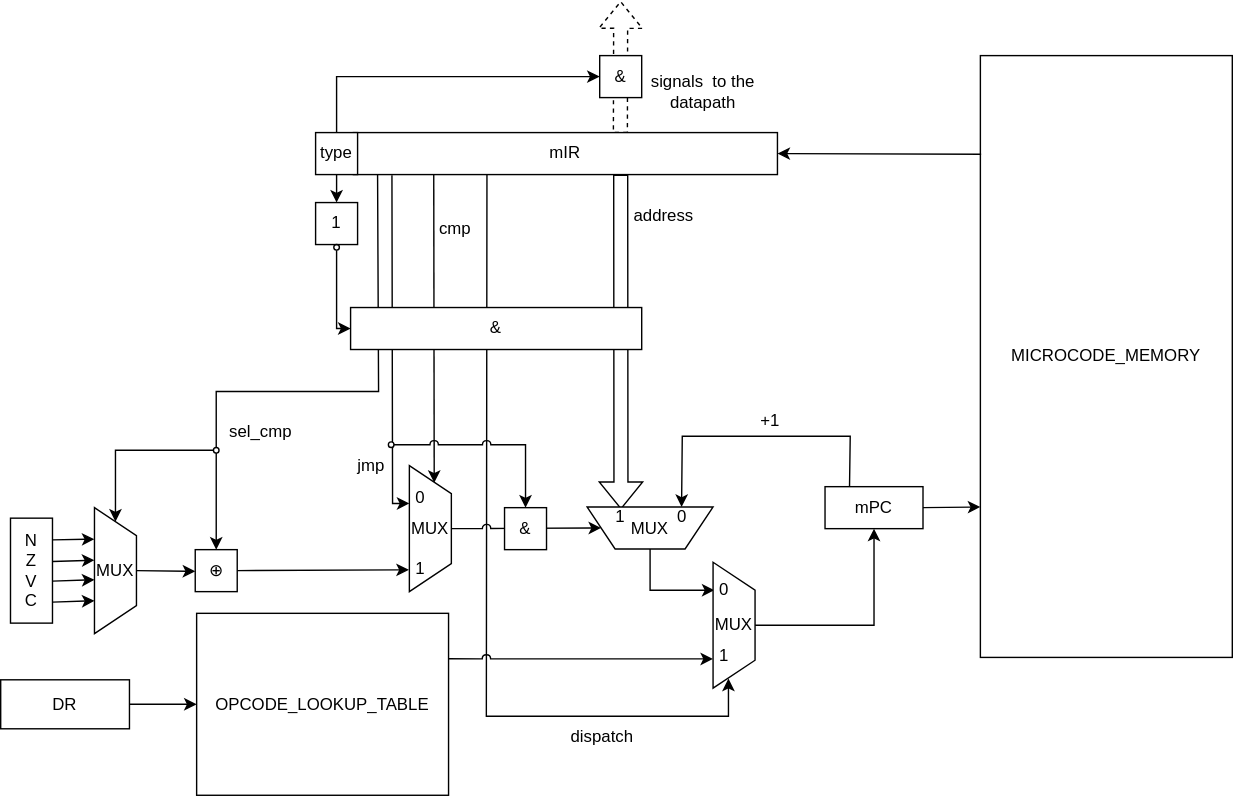
This is assets/control_unit/scheme.svg from AstroSoup/computer-system-architecture-lab-4, a draw.io export, as it was before one commit. Source tidied: cells renumbered, new cells last; positions are measured from the earlier drawing's top-left corner, leaving out a move shared by most shapes. Source of this version:
```xml
<mxGraphModel>
  <root>
    <mxCell id="0" />
    <mxCell id="1" parent="0" />
    <mxCell id="2" style="endArrow=classic;html=1;rounded=0;entryX=0.102;entryY=0.649;entryDx=0;entryDy=0;entryPerimeter=0;exitX=0.137;exitY=1.015;exitDx=0;exitDy=0;exitPerimeter=0;" parent="1" edge="1" target="50">
      <mxGeometry relative="1" as="geometry">
        <mxPoint x="279.6" y="124.4" as="sourcePoint" />
        <Array as="points">
          <mxPoint x="280" y="359" />
        </Array>
      </mxGeometry>
    </mxCell>
    <mxCell id="3" style="endArrow=classic;html=1;rounded=0;exitX=0.315;exitY=0.965;exitDx=0;exitDy=0;exitPerimeter=0;entryX=0.649;entryY=1.038;entryDx=0;entryDy=0;entryPerimeter=0;" parent="1" edge="1" source="8" target="53">
      <mxGeometry relative="1" as="geometry">
        <Array as="points">
          <mxPoint x="347" y="511" />
          <mxPoint x="520" y="511" />
        </Array>
      </mxGeometry>
    </mxCell>
    <mxCell id="4" style="endArrow=classic;html=1;rounded=0;exitX=0.091;exitY=1.013;exitDx=0;exitDy=0;exitPerimeter=0;entryX=0.5;entryY=0;entryDx=0;entryDy=0;" parent="1" edge="1" target="56">
      <mxGeometry relative="1" as="geometry">
        <mxPoint x="269.3" y="124.4" as="sourcePoint" />
        <Array as="points">
          <mxPoint x="270" y="279" />
          <mxPoint x="154" y="279" />
        </Array>
      </mxGeometry>
    </mxCell>
    <mxCell id="5" style="endArrow=classic;html=1;rounded=0;exitX=0.105;exitY=0.998;exitDx=0;exitDy=0;exitPerimeter=0;entryX=0.136;entryY=0.408;entryDx=0;entryDy=0;entryPerimeter=0;" parent="1" edge="1" target="33">
      <mxGeometry relative="1" as="geometry">
        <mxPoint x="309.4" y="123.9" as="sourcePoint" />
      </mxGeometry>
    </mxCell>
    <mxCell id="6" value="mPC" style="whiteSpace=wrap;html=1;" parent="1" vertex="1">
      <mxGeometry x="589" y="347" width="70" height="30" as="geometry" />
    </mxCell>
    <mxCell id="7" value="MICROCODE_MEMORY" style="rounded=0;whiteSpace=wrap;html=1;" parent="1" vertex="1">
      <mxGeometry x="700" y="39" width="180" height="430" as="geometry" />
    </mxCell>
    <mxCell id="8" value="mIR" style="whiteSpace=wrap;html=1;" parent="1" vertex="1">
      <mxGeometry x="252" y="94" width="303" height="30" as="geometry" />
    </mxCell>
    <mxCell id="9" style="endArrow=classic;html=1;rounded=0;exitX=0.003;exitY=0.164;exitDx=0;exitDy=0;entryX=1;entryY=0.5;entryDx=0;entryDy=0;exitPerimeter=0;" parent="1" edge="1" source="7" target="8">
      <mxGeometry relative="1" as="geometry" />
    </mxCell>
    <mxCell id="10" style="endArrow=classic;html=1;rounded=0;exitX=1;exitY=0.5;exitDx=0;exitDy=0;entryX=0;entryY=0.75;entryDx=0;entryDy=0;" parent="1" edge="1" source="6" target="7">
      <mxGeometry relative="1" as="geometry" />
    </mxCell>
    <mxCell id="11" style="shape=flexArrow;endArrow=classic;html=1;rounded=0;exitX=0.842;exitY=0.011;exitDx=0;exitDy=0;dashed=1;exitPerimeter=0;" parent="1" edge="1">
      <mxGeometry relative="1" as="geometry">
        <mxPoint x="442.8" y="94.3" as="sourcePoint" />
        <mxPoint x="443" as="targetPoint" />
      </mxGeometry>
    </mxCell>
    <mxCell id="12" value="signals&amp;nbsp; to the datapath" style="text;html=1;whiteSpace=wrap;strokeColor=none;fillColor=none;align=center;verticalAlign=middle;rounded=0;" parent="1" vertex="1">
      <mxGeometry x="449" y="50" width="106" height="30" as="geometry" />
    </mxCell>
    <mxCell id="13" value="type" style="whiteSpace=wrap;html=1;" parent="1" vertex="1">
      <mxGeometry x="225" y="94" width="30" height="30" as="geometry" />
    </mxCell>
    <mxCell id="14" style="endArrow=classic;html=1;rounded=0;exitX=0.5;exitY=1;exitDx=0;exitDy=0;entryX=0.5;entryY=0;entryDx=0;entryDy=0;" parent="1" edge="1" source="13" target="18">
      <mxGeometry relative="1" as="geometry" />
    </mxCell>
    <mxCell id="15" value="&amp;amp;" style="whiteSpace=wrap;html=1;" parent="1" vertex="1">
      <mxGeometry x="428" y="39" width="30" height="30" as="geometry" />
    </mxCell>
    <mxCell id="16" style="endArrow=classic;html=1;rounded=0;exitX=0.5;exitY=0;exitDx=0;exitDy=0;entryX=0;entryY=0.5;entryDx=0;entryDy=0;" parent="1" edge="1" source="13" target="15">
      <mxGeometry relative="1" as="geometry">
        <Array as="points">
          <mxPoint x="240" y="54" />
        </Array>
      </mxGeometry>
    </mxCell>
    <mxCell id="17" style="group;" parent="1" vertex="1">
      <mxGeometry x="225" y="144" width="30" height="34" as="geometry" />
    </mxCell>
    <mxCell id="18" value="1" style="whiteSpace=wrap;html=1;" parent="17" vertex="1">
      <mxGeometry width="30" height="30" as="geometry" />
    </mxCell>
    <mxCell id="19" style="ellipse;whiteSpace=wrap;html=1;fillColor=none;" parent="17" vertex="1">
      <mxGeometry x="13" y="30" width="4" height="4" as="geometry" />
    </mxCell>
    <mxCell id="20" value="N&lt;br&gt;Z&lt;br&gt;V&lt;br&gt;C" style="rounded=0;whiteSpace=wrap;html=1;direction=south;" parent="1" vertex="1">
      <mxGeometry x="7" y="369.5" width="30" height="75" as="geometry" />
    </mxCell>
    <mxCell id="21" style="shape=flexArrow;endArrow=classic;html=1;rounded=0;entryX=0.731;entryY=0.944;entryDx=0;entryDy=0;entryPerimeter=0;" parent="1" edge="1" target="29">
      <mxGeometry relative="1" as="geometry">
        <mxPoint x="443" y="124" as="sourcePoint" />
      </mxGeometry>
    </mxCell>
    <mxCell id="22" value="&amp;amp;" style="whiteSpace=wrap;html=1;" parent="1" vertex="1">
      <mxGeometry x="250" y="219" width="208" height="30" as="geometry" />
    </mxCell>
    <mxCell id="23" value="MUX" style="shape=trapezoid;perimeter=trapezoidPerimeter;whiteSpace=wrap;html=1;fixedSize=1;direction=east;rotation=90;horizontal=0;" parent="1" vertex="1">
      <mxGeometry x="37" y="392" width="90" height="30" as="geometry" />
    </mxCell>
    <mxCell id="24" style="endArrow=classic;html=1;rounded=0;exitX=0.207;exitY=-0.001;exitDx=0;exitDy=0;exitPerimeter=0;entryX=0.25;entryY=1;entryDx=0;entryDy=0;" parent="1" edge="1" source="20" target="23">
      <mxGeometry relative="1" as="geometry" />
    </mxCell>
    <mxCell id="25" style="endArrow=classic;html=1;rounded=0;exitX=0.207;exitY=-0.001;exitDx=0;exitDy=0;exitPerimeter=0;entryX=0.25;entryY=1;entryDx=0;entryDy=0;" parent="1" edge="1">
      <mxGeometry relative="1" as="geometry">
        <mxPoint x="37" y="400.5" as="sourcePoint" />
        <mxPoint x="67" y="399.5" as="targetPoint" />
      </mxGeometry>
    </mxCell>
    <mxCell id="26" style="endArrow=classic;html=1;rounded=0;exitX=0.207;exitY=-0.001;exitDx=0;exitDy=0;exitPerimeter=0;entryX=0.25;entryY=1;entryDx=0;entryDy=0;" parent="1" edge="1">
      <mxGeometry relative="1" as="geometry">
        <mxPoint x="37" y="414.5" as="sourcePoint" />
        <mxPoint x="67" y="413.5" as="targetPoint" />
      </mxGeometry>
    </mxCell>
    <mxCell id="27" style="endArrow=classic;html=1;rounded=0;exitX=0.207;exitY=-0.001;exitDx=0;exitDy=0;exitPerimeter=0;entryX=0.25;entryY=1;entryDx=0;entryDy=0;" parent="1" edge="1">
      <mxGeometry relative="1" as="geometry">
        <mxPoint x="37" y="429.5" as="sourcePoint" />
        <mxPoint x="67" y="428.5" as="targetPoint" />
      </mxGeometry>
    </mxCell>
    <mxCell id="28" style="endArrow=classic;html=1;rounded=0;exitX=0.5;exitY=0;exitDx=0;exitDy=0;" parent="1" edge="1" source="23">
      <mxGeometry relative="1" as="geometry">
        <mxPoint x="139" y="407.5" as="targetPoint" />
      </mxGeometry>
    </mxCell>
    <mxCell id="29" value="MUX" style="shape=trapezoid;perimeter=trapezoidPerimeter;whiteSpace=wrap;html=1;fixedSize=1;direction=south;rotation=90;horizontal=0;" parent="1" vertex="1">
      <mxGeometry x="449" y="331.5" width="30" height="90" as="geometry" />
    </mxCell>
    <mxCell id="30" style="endArrow=classic;html=1;rounded=0;entryX=0.25;entryY=1;entryDx=0;entryDy=0;exitX=0.25;exitY=0;exitDx=0;exitDy=0;" parent="1" edge="1" source="6" target="29">
      <mxGeometry relative="1" as="geometry">
        <Array as="points">
          <mxPoint x="607" y="311" />
          <mxPoint x="487" y="311" />
        </Array>
      </mxGeometry>
    </mxCell>
    <mxCell id="31" value="+1" style="text;html=1;whiteSpace=wrap;strokeColor=none;fillColor=none;align=center;verticalAlign=middle;rounded=0;" parent="1" vertex="1">
      <mxGeometry x="520" y="285" width="60" height="30" as="geometry" />
    </mxCell>
    <mxCell id="32" style="endArrow=classic;html=1;rounded=0;exitX=0.5;exitY=0;exitDx=0;exitDy=0;" parent="1" edge="1" source="29">
      <mxGeometry relative="1" as="geometry">
        <mxPoint x="510" y="421" as="targetPoint" />
        <Array as="points">
          <mxPoint x="464" y="421" />
        </Array>
      </mxGeometry>
    </mxCell>
    <mxCell id="33" value="MUX" style="shape=trapezoid;perimeter=trapezoidPerimeter;whiteSpace=wrap;html=1;fixedSize=1;direction=east;rotation=90;horizontal=0;" parent="1" vertex="1">
      <mxGeometry x="262" y="362" width="90" height="30" as="geometry" />
    </mxCell>
    <mxCell id="34" style="endArrow=classic;html=1;rounded=0;exitX=1;exitY=0.5;exitDx=0;exitDy=0;entryX=0.827;entryY=1.011;entryDx=0;entryDy=0;entryPerimeter=0;" parent="1" edge="1" source="56" target="33">
      <mxGeometry relative="1" as="geometry" />
    </mxCell>
    <mxCell id="35" style="ellipse;whiteSpace=wrap;html=1;fillColor=light-dark(#FFFFFF,#FFFFFF);" parent="1" vertex="1">
      <mxGeometry x="152" y="319" width="4" height="4" as="geometry" />
    </mxCell>
    <mxCell id="36" style="endArrow=classic;html=1;rounded=0;exitX=0;exitY=0.5;exitDx=0;exitDy=0;entryX=0;entryY=0.5;entryDx=0;entryDy=0;" parent="1" edge="1" source="35" target="23">
      <mxGeometry relative="1" as="geometry">
        <Array as="points">
          <mxPoint x="82" y="321" />
        </Array>
      </mxGeometry>
    </mxCell>
    <mxCell id="37" style="endArrow=classic;html=1;rounded=0;entryX=1;entryY=0.5;entryDx=0;entryDy=0;exitX=0.5;exitY=0;exitDx=0;exitDy=0;jumpStyle=arc;" parent="1" edge="1" source="33" target="29">
      <mxGeometry relative="1" as="geometry" />
    </mxCell>
    <mxCell id="38" value="jmp" style="text;html=1;whiteSpace=wrap;strokeColor=none;fillColor=none;align=center;verticalAlign=middle;rounded=0;" parent="1" vertex="1">
      <mxGeometry x="235" y="317" width="60" height="30" as="geometry" />
    </mxCell>
    <mxCell id="39" value="sel_cmp" style="text;html=1;whiteSpace=wrap;strokeColor=none;fillColor=none;align=center;verticalAlign=middle;rounded=0;" parent="1" vertex="1">
      <mxGeometry x="156" y="293" width="60" height="30" as="geometry" />
    </mxCell>
    <mxCell id="40" value="address" style="text;html=1;whiteSpace=wrap;strokeColor=none;fillColor=none;align=center;verticalAlign=middle;rounded=0;" parent="1" vertex="1">
      <mxGeometry x="444" y="139" width="60" height="30" as="geometry" />
    </mxCell>
    <mxCell id="41" value="OPCODE_LOOKUP_TABLE" style="rounded=0;whiteSpace=wrap;html=1;" parent="1" vertex="1">
      <mxGeometry x="140" y="437.5" width="180" height="130" as="geometry" />
    </mxCell>
    <mxCell id="42" value="&lt;div&gt;dispatch&lt;/div&gt;" style="text;html=1;whiteSpace=wrap;strokeColor=none;fillColor=none;align=center;verticalAlign=middle;rounded=0;" parent="1" vertex="1">
      <mxGeometry x="400" y="511" width="60" height="30" as="geometry" />
    </mxCell>
    <mxCell id="43" value="MUX" style="shape=trapezoid;perimeter=trapezoidPerimeter;whiteSpace=wrap;html=1;fixedSize=1;direction=east;rotation=90;horizontal=0;" parent="1" vertex="1">
      <mxGeometry x="479" y="431" width="90" height="30" as="geometry" />
    </mxCell>
    <mxCell id="44" style="endArrow=classic;html=1;rounded=0;exitX=1;exitY=0.25;exitDx=0;exitDy=0;jumpStyle=arc;entryX=0.099;entryY=0.569;entryDx=0;entryDy=0;entryPerimeter=0;" parent="1" edge="1" source="41" target="53">
      <mxGeometry relative="1" as="geometry" />
    </mxCell>
    <mxCell id="45" style="endArrow=classic;html=1;rounded=0;entryX=0;entryY=0.5;entryDx=0;entryDy=0;exitX=1;exitY=0.5;exitDx=0;exitDy=0;" parent="1" edge="1" source="46" target="41">
      <mxGeometry relative="1" as="geometry" />
    </mxCell>
    <mxCell id="46" value="DR" style="rounded=0;whiteSpace=wrap;html=1;" parent="1" vertex="1">
      <mxGeometry y="485" width="92" height="35" as="geometry" />
    </mxCell>
    <mxCell id="47" style="endArrow=classic;html=1;rounded=0;entryX=0.5;entryY=1;entryDx=0;entryDy=0;exitX=0.5;exitY=0;exitDx=0;exitDy=0;" parent="1" edge="1" source="43" target="6">
      <mxGeometry relative="1" as="geometry">
        <Array as="points">
          <mxPoint x="624" y="446" />
        </Array>
      </mxGeometry>
    </mxCell>
    <mxCell id="48" value="1" style="text;html=1;whiteSpace=wrap;strokeColor=none;fillColor=none;align=center;verticalAlign=middle;rounded=0;" parent="1" vertex="1">
      <mxGeometry x="290" y="391" width="20" height="30" as="geometry" />
    </mxCell>
    <mxCell id="49" value="cmp" style="text;html=1;whiteSpace=wrap;strokeColor=none;fillColor=none;align=center;verticalAlign=middle;rounded=0;" parent="1" vertex="1">
      <mxGeometry x="295" y="148" width="60" height="30" as="geometry" />
    </mxCell>
    <mxCell id="50" value="0" style="text;html=1;whiteSpace=wrap;strokeColor=none;fillColor=none;align=center;verticalAlign=middle;rounded=0;" parent="1" vertex="1">
      <mxGeometry x="290" y="339.5" width="20" height="30" as="geometry" />
    </mxCell>
    <mxCell id="51" value="0" style="text;html=1;whiteSpace=wrap;strokeColor=none;fillColor=none;align=center;verticalAlign=middle;rounded=0;" parent="1" vertex="1">
      <mxGeometry x="477" y="361" width="20" height="16" as="geometry" />
    </mxCell>
    <mxCell id="52" value="1" style="text;html=1;whiteSpace=wrap;strokeColor=none;fillColor=none;align=center;verticalAlign=middle;rounded=0;" parent="1" vertex="1">
      <mxGeometry x="433" y="361" width="20" height="16" as="geometry" />
    </mxCell>
    <mxCell id="53" value="1" style="text;html=1;whiteSpace=wrap;strokeColor=none;fillColor=none;align=center;verticalAlign=middle;rounded=0;" parent="1" vertex="1">
      <mxGeometry x="507" y="453" width="20" height="30" as="geometry" />
    </mxCell>
    <mxCell id="54" value="0" style="text;html=1;whiteSpace=wrap;strokeColor=none;fillColor=none;align=center;verticalAlign=middle;rounded=0;" parent="1" vertex="1">
      <mxGeometry x="507" y="406" width="20" height="30" as="geometry" />
    </mxCell>
    <mxCell id="55" style="group;direction=east;" parent="1" vertex="1">
      <mxGeometry x="139" y="392" width="30" height="34" as="geometry" />
    </mxCell>
    <mxCell id="56" value="⊕" style="whiteSpace=wrap;html=1;" parent="55" vertex="1">
      <mxGeometry width="30" height="30" as="geometry" />
    </mxCell>
    <mxCell id="57" value="&amp;amp;" style="whiteSpace=wrap;html=1;" parent="1" vertex="1">
      <mxGeometry x="360" y="362" width="30" height="30" as="geometry" />
    </mxCell>
    <mxCell id="58" style="ellipse;whiteSpace=wrap;html=1;fillColor=light-dark(#FFFFFF,#FFFFFF);" parent="1" vertex="1">
      <mxGeometry x="277" y="315" width="4" height="4" as="geometry" />
    </mxCell>
    <mxCell id="59" style="endArrow=classic;html=1;rounded=0;exitX=1;exitY=0.5;exitDx=0;exitDy=0;entryX=0.5;entryY=0;entryDx=0;entryDy=0;jumpStyle=arc;" parent="1" edge="1" source="58" target="57">
      <mxGeometry relative="1" as="geometry">
        <Array as="points">
          <mxPoint x="375" y="317" />
        </Array>
      </mxGeometry>
    </mxCell>
    <mxCell id="60" style="endArrow=classic;html=1;rounded=0;exitX=0.5;exitY=1;exitDx=0;exitDy=0;entryX=0;entryY=0.5;entryDx=0;entryDy=0;" parent="1" edge="1" source="19" target="22">
      <mxGeometry relative="1" as="geometry">
        <Array as="points">
          <mxPoint x="240" y="234" />
        </Array>
      </mxGeometry>
    </mxCell>
  </root>
</mxGraphModel>
```
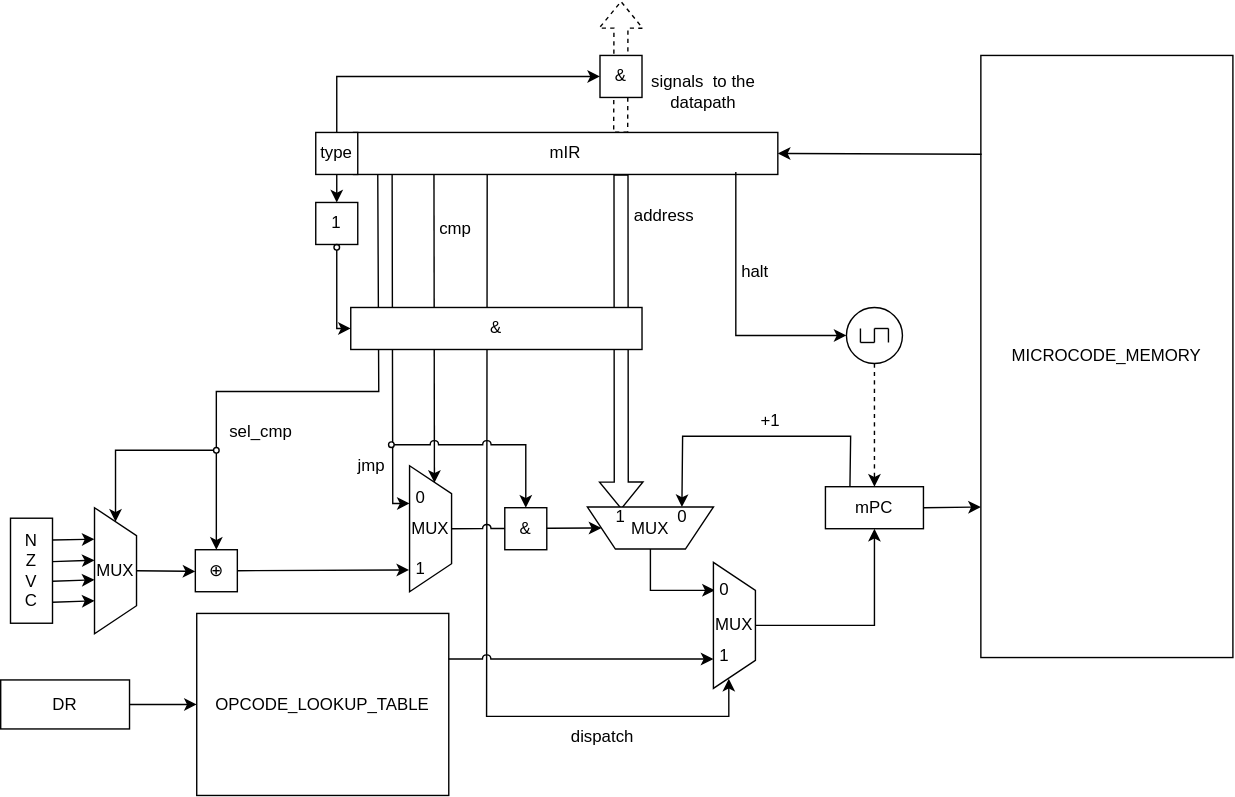
The same diagram one commit later.

Diff of the diagram source:
```diff
@@ -243,5 +243,57 @@
         </Array>
       </mxGeometry>
     </mxCell>
+    <mxCell id="61" style="group;" parent="1" vertex="1">
+      <mxGeometry x="604" y="219" width="40" height="40" as="geometry" />
+    </mxCell>
+    <mxCell id="62" style="ellipse;whiteSpace=wrap;html=1;" parent="61" vertex="1">
+      <mxGeometry width="40" height="40" as="geometry" />
+    </mxCell>
+    <mxCell id="63" style="group;" parent="61" vertex="1">
+      <mxGeometry x="10" y="15" width="20" height="10" as="geometry" />
+    </mxCell>
+    <mxCell id="64" style="endArrow=none;html=1;rounded=0;" parent="63" edge="1">
+      <mxGeometry relative="1" as="geometry">
+        <mxPoint as="sourcePoint" />
+        <mxPoint y="10" as="targetPoint" />
+      </mxGeometry>
+    </mxCell>
+    <mxCell id="65" style="endArrow=none;html=1;rounded=0;" parent="63" edge="1">
+      <mxGeometry relative="1" as="geometry">
+        <mxPoint y="10" as="sourcePoint" />
+        <mxPoint x="10" y="10" as="targetPoint" />
+      </mxGeometry>
+    </mxCell>
+    <mxCell id="66" style="endArrow=none;html=1;rounded=0;" parent="63" edge="1">
+      <mxGeometry relative="1" as="geometry">
+        <mxPoint x="10" as="sourcePoint" />
+        <mxPoint x="10" y="10" as="targetPoint" />
+      </mxGeometry>
+    </mxCell>
+    <mxCell id="67" style="endArrow=none;html=1;rounded=0;" parent="63" edge="1">
+      <mxGeometry relative="1" as="geometry">
+        <mxPoint x="10" as="sourcePoint" />
+        <mxPoint x="20" as="targetPoint" />
+      </mxGeometry>
+    </mxCell>
+    <mxCell id="68" style="endArrow=none;html=1;rounded=0;" parent="63" edge="1">
+      <mxGeometry relative="1" as="geometry">
+        <mxPoint x="20" as="sourcePoint" />
+        <mxPoint x="20" y="10" as="targetPoint" />
+      </mxGeometry>
+    </mxCell>
+    <mxCell id="69" style="endArrow=classic;html=1;rounded=0;exitX=0.5;exitY=1;exitDx=0;exitDy=0;entryX=0.5;entryY=0;entryDx=0;entryDy=0;dashed=1;" parent="1" edge="1" source="62" target="6">
+      <mxGeometry relative="1" as="geometry" />
+    </mxCell>
+    <mxCell id="70" style="endArrow=classic;html=1;rounded=0;exitX=0.901;exitY=0.942;exitDx=0;exitDy=0;exitPerimeter=0;entryX=0;entryY=0.5;entryDx=0;entryDy=0;" parent="1" edge="1" source="8" target="62">
+      <mxGeometry relative="1" as="geometry">
+        <Array as="points">
+          <mxPoint x="525" y="239" />
+        </Array>
+      </mxGeometry>
+    </mxCell>
+    <mxCell id="71" value="halt" style="text;html=1;whiteSpace=wrap;strokeColor=none;fillColor=none;align=center;verticalAlign=middle;rounded=0;" parent="1" vertex="1">
+      <mxGeometry x="509" y="179" width="60" height="30" as="geometry" />
+    </mxCell>
   </root>
 </mxGraphModel>
```
